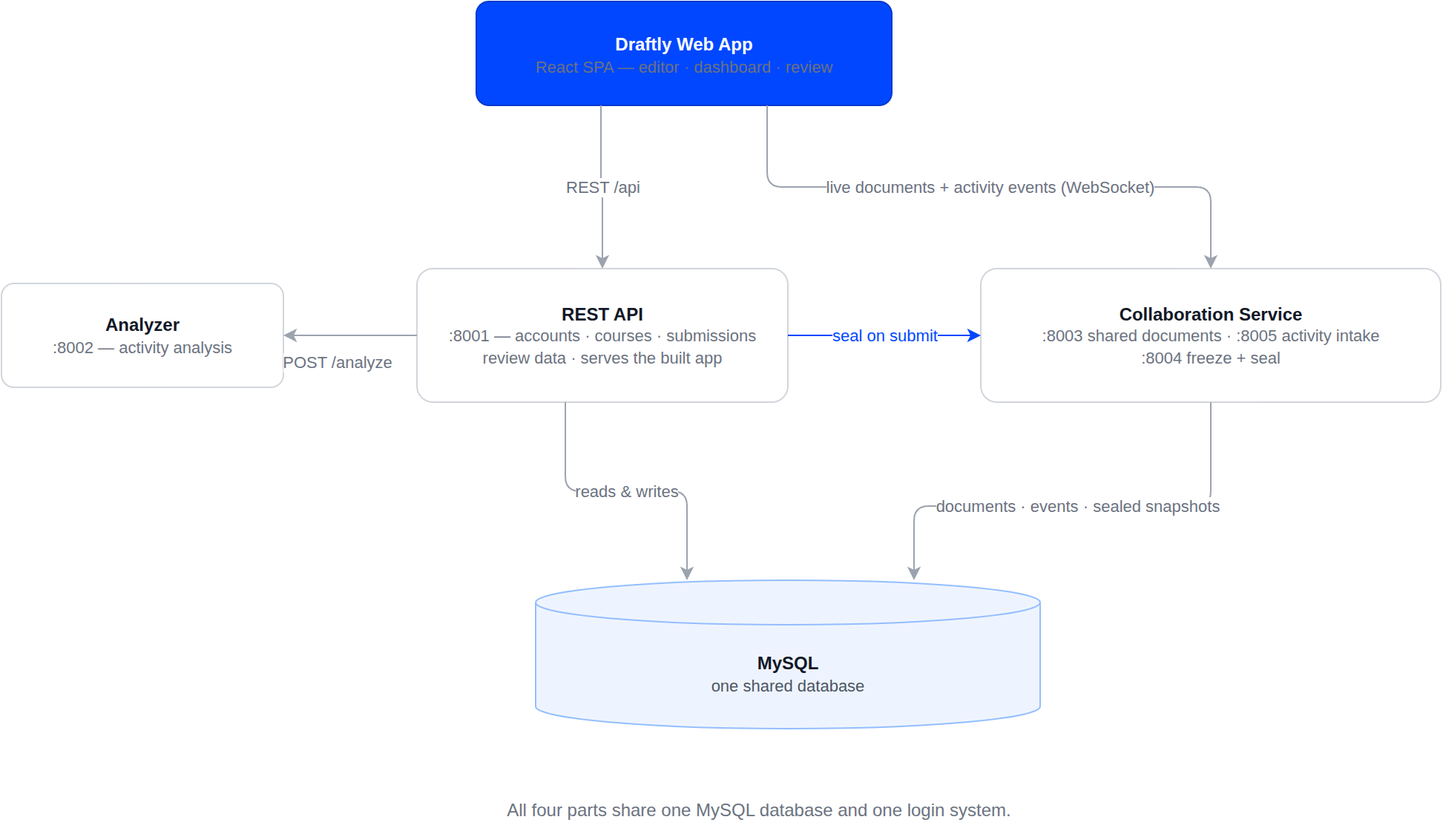
abulimen/assignment-management keeps this draw.io diagram as diagrams/architecture.drawio.png. Above is the earlier version. Source tidied: cells renumbered, new cells last; positions are measured from the earlier drawing's top-left corner, leaving out a move shared by most shapes.
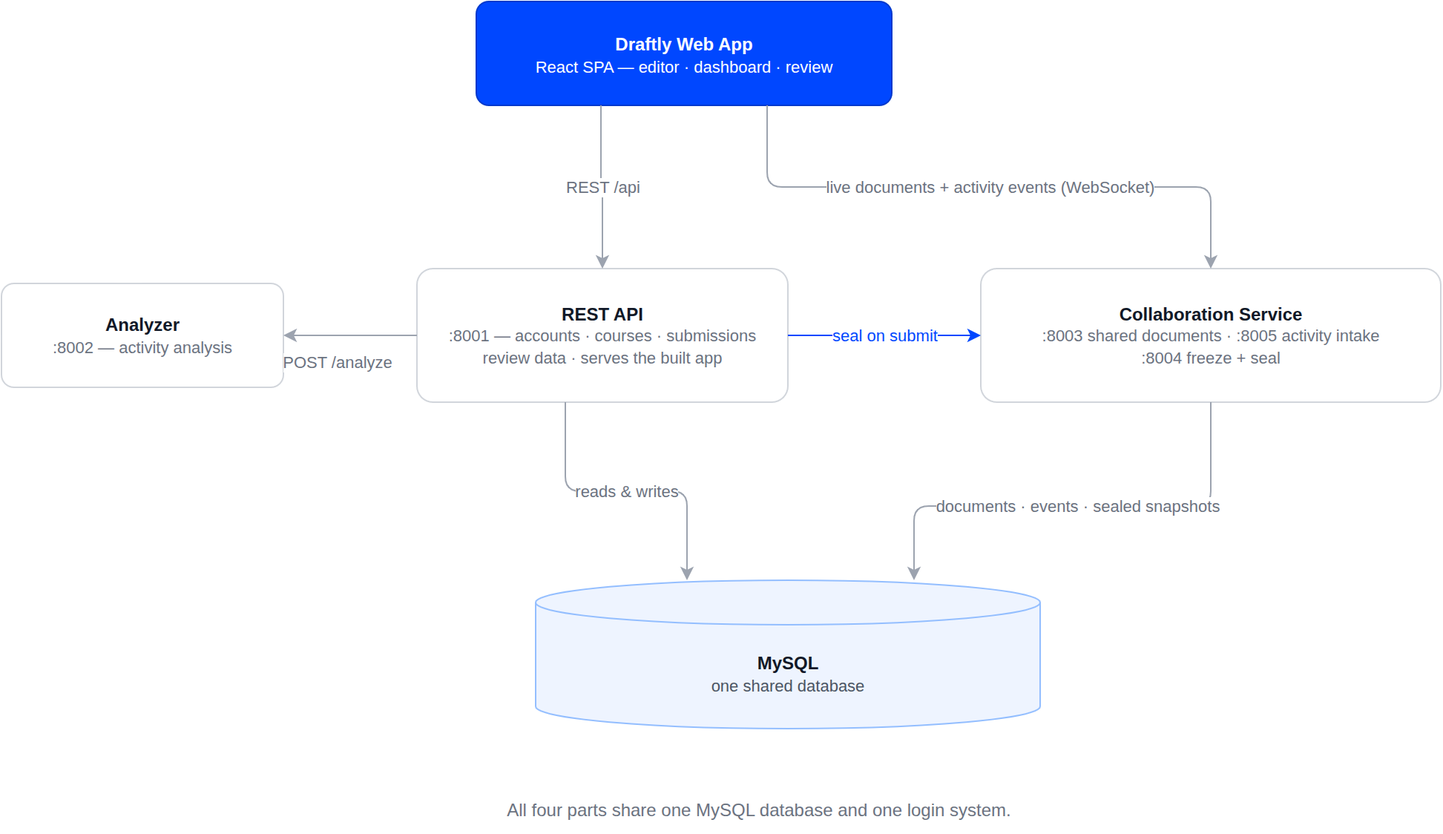
Above is the later version.

Commit message:
fix(diagram): white subtitle text in blue web app box for contrast

The edit, as a diff of the source:
```diff
@@ -2,7 +2,7 @@
   <root>
     <mxCell id="0" />
     <mxCell id="1" parent="0" />
-    <mxCell id="2" value="&lt;b&gt;Draftly Web App&lt;/b&gt;&lt;br&gt;&lt;font style=&quot;font-size: 11px;&quot; color=&quot;#6B7280&quot;&gt;React SPA — editor · dashboard · review&lt;/font&gt;" style="rounded=1;whiteSpace=wrap;html=1;arcSize=12;fillColor=#0047FF;strokeColor=#0038CC;fontColor=#FFFFFF;spacingTop=2;" parent="1" vertex="1">
+    <mxCell id="2" value="&lt;b&gt;Draftly Web App&lt;/b&gt;&lt;br&gt;&lt;font style=&quot;font-size: 11px;&quot; color=&quot;#FFFFFF&quot;&gt;React SPA — editor · dashboard · review&lt;/font&gt;" style="rounded=1;whiteSpace=wrap;html=1;arcSize=12;fillColor=#0047FF;strokeColor=#0038CC;fontColor=#FFFFFF;spacingTop=2;" parent="1" vertex="1">
       <mxGeometry x="320" width="280" height="70" as="geometry" />
     </mxCell>
     <mxCell id="3" value="&lt;b&gt;REST API&lt;/b&gt;&lt;br&gt;&lt;font style=&quot;font-size: 11px;&quot; color=&quot;#6B7280&quot;&gt;:8001 — accounts · courses · submissions&lt;br&gt;review data · serves the built app&lt;/font&gt;" style="rounded=1;whiteSpace=wrap;html=1;arcSize=12;fillColor=#FFFFFF;strokeColor=#D1D5DB;fontColor=#111827;" parent="1" vertex="1">
```
